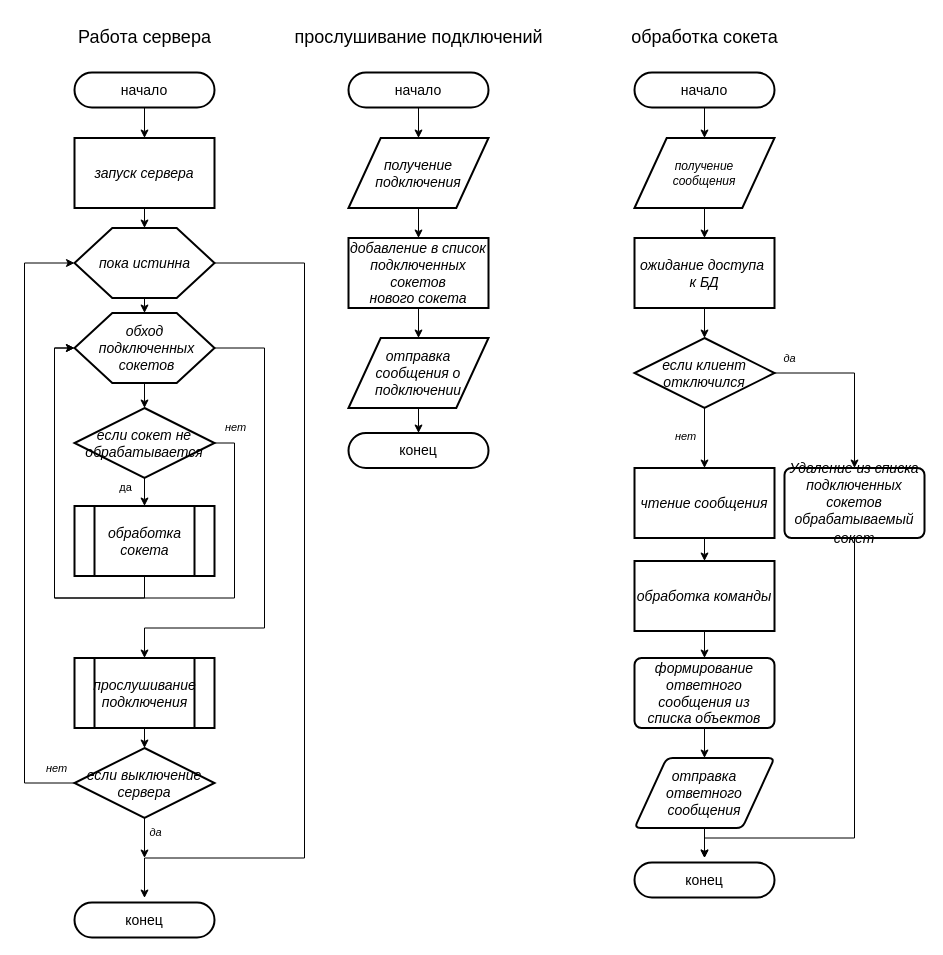
Earlier version of the draw.io diagram блок-схема.drawio (BMSTU2024/kusrwork-seti-). Source tidied: cells renumbered, new cells numbered last; positions are measured from the earlier drawing's top-left corner, leaving out a move shared by most shapes. Both pictures are drawn from the tidied source at 100%, with x=0, y=0 at pixel (24, 17).
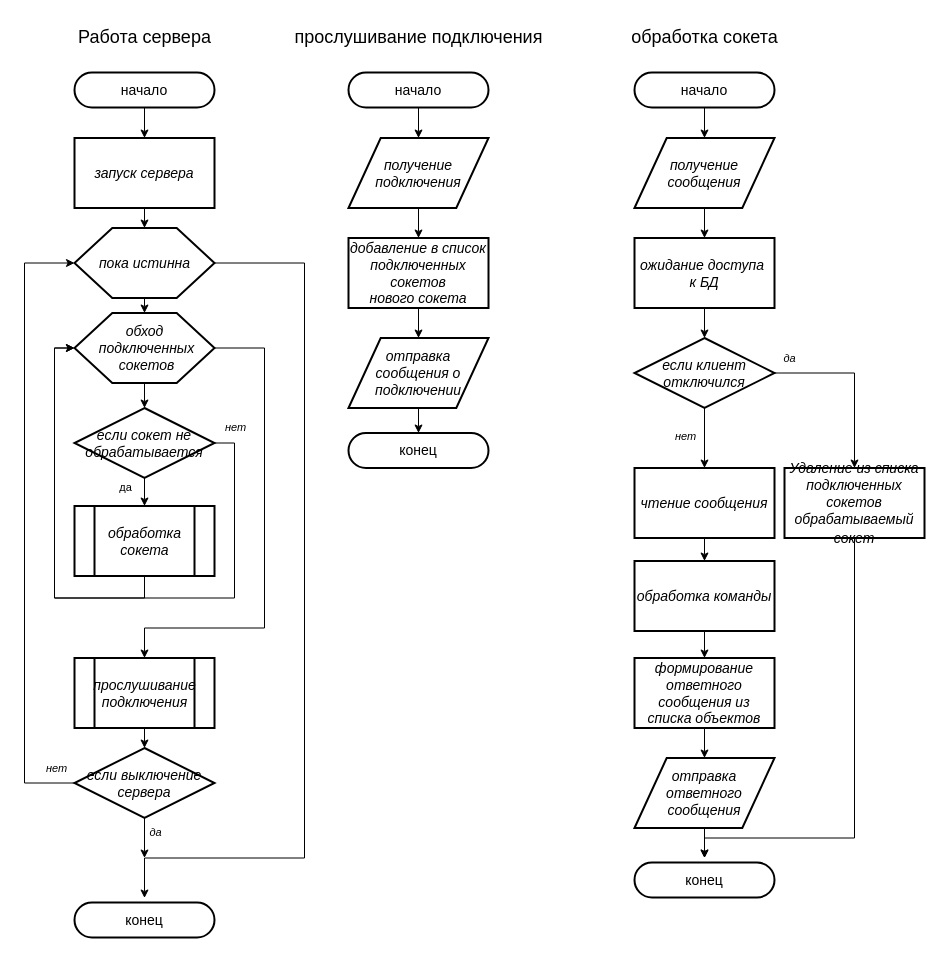
The same page after the edit.

What changed in the source:
```diff
@@
-    <mxCell id="23" value="&lt;font face=&quot;ГОСТ тип А&quot; style=&quot;font-size: 18px;&quot;&gt;прослушивание подключений&lt;/font&gt;" style="text;html=1;align=center;verticalAlign=middle;strokeColor=none;fillColor=none;" parent="1" vertex="1">
+    <mxCell id="23" value="&lt;font face=&quot;ГОСТ тип А&quot; style=&quot;font-size: 18px;&quot;&gt;прослушивание подключения&lt;/font&gt;" style="text;html=1;align=center;verticalAlign=middle;strokeColor=none;fillColor=none;" parent="1" vertex="1">
       <mxGeometry x="274" width="240" height="40" as="geometry" />
     </mxCell>
@@
-    <mxCell id="32" value="&lt;div&gt;&lt;i&gt;получение&lt;/i&gt;&lt;/div&gt;&lt;div&gt;&lt;i&gt;сообщения&lt;br&gt;&lt;/i&gt;&lt;/div&gt;" style="shape=parallelogram;html=1;strokeWidth=2;perimeter=parallelogramPerimeter;whiteSpace=wrap;rounded=0;arcSize=12;size=0.23;" parent="1" vertex="1">
+    <mxCell id="32" value="&lt;div&gt;&lt;font style=&quot;font-size: 14px;&quot; face=&quot;ГОСТ тип А&quot;&gt;&lt;i&gt;получение&lt;/i&gt;&lt;/font&gt;&lt;/div&gt;&lt;div&gt;&lt;font style=&quot;font-size: 14px;&quot; face=&quot;ГОСТ тип А&quot;&gt;&lt;i&gt;сообщения&lt;br&gt;&lt;/i&gt;&lt;/font&gt;&lt;/div&gt;" style="shape=parallelogram;html=1;strokeWidth=2;perimeter=parallelogramPerimeter;whiteSpace=wrap;rounded=0;arcSize=12;size=0.23;" parent="1" vertex="1">
       <mxGeometry x="610" y="120.5" width="140" height="70" as="geometry" />
     </mxCell>
@@
-    <mxCell id="37" value="&lt;div&gt;&lt;font style=&quot;font-size: 14px;&quot; face=&quot;ГОСТ тип А&quot;&gt;&lt;i&gt;Удаление из списка&lt;/i&gt;&lt;/font&gt;&lt;/div&gt;&lt;div&gt;&lt;font style=&quot;font-size: 14px;&quot; face=&quot;ГОСТ тип А&quot;&gt;&lt;i&gt;подключенных сокетов&lt;/i&gt;&lt;/font&gt;&lt;/div&gt;&lt;div&gt;&lt;font style=&quot;font-size: 14px;&quot; face=&quot;ГОСТ тип А&quot;&gt;&lt;i&gt;обрабатываемый&lt;/i&gt;&lt;/font&gt;&lt;font style=&quot;font-size: 12px;&quot; face=&quot;ГОСТ тип А&quot;&gt;&lt;i&gt; &lt;/i&gt;&lt;/font&gt;&lt;font style=&quot;font-size: 14px;&quot; face=&quot;ГОСТ тип А&quot;&gt;&lt;i&gt;сокет&lt;/i&gt;&lt;/font&gt;&lt;font size=&quot;3&quot; face=&quot;ГОСТ тип А&quot;&gt;&lt;i&gt;&lt;br&gt;&lt;/i&gt;&lt;/font&gt;&lt;/div&gt;" style="rounded=1;whiteSpace=wrap;html=1;absoluteArcSize=1;arcSize=14;strokeWidth=2;" parent="1" vertex="1">
+    <mxCell id="37" value="&lt;div&gt;&lt;font style=&quot;font-size: 14px;&quot; face=&quot;ГОСТ тип А&quot;&gt;&lt;i&gt;Удаление из списка&lt;/i&gt;&lt;/font&gt;&lt;/div&gt;&lt;div&gt;&lt;font style=&quot;font-size: 14px;&quot; face=&quot;ГОСТ тип А&quot;&gt;&lt;i&gt;подключенных сокетов&lt;/i&gt;&lt;/font&gt;&lt;/div&gt;&lt;div&gt;&lt;font style=&quot;font-size: 14px;&quot; face=&quot;ГОСТ тип А&quot;&gt;&lt;i&gt;обрабатываемый&lt;/i&gt;&lt;/font&gt;&lt;font style=&quot;font-size: 12px;&quot; face=&quot;ГОСТ тип А&quot;&gt;&lt;i&gt; &lt;/i&gt;&lt;/font&gt;&lt;font style=&quot;font-size: 14px;&quot; face=&quot;ГОСТ тип А&quot;&gt;&lt;i&gt;сокет&lt;/i&gt;&lt;/font&gt;&lt;font size=&quot;3&quot; face=&quot;ГОСТ тип А&quot;&gt;&lt;i&gt;&lt;br&gt;&lt;/i&gt;&lt;/font&gt;&lt;/div&gt;" style="rounded=0;whiteSpace=wrap;html=1;absoluteArcSize=1;arcSize=14;strokeWidth=2;" parent="1" vertex="1">
       <mxGeometry x="760" y="450.5" width="140" height="70" as="geometry" />
     </mxCell>
@@
-    <mxCell id="44" value="&lt;font style=&quot;font-size: 14px;&quot; face=&quot;ГОСТ тип А&quot;&gt;&lt;i&gt;формирование ответного сообщения из списка объектов&lt;/i&gt;&lt;/font&gt;" style="rounded=1;whiteSpace=wrap;html=1;absoluteArcSize=1;arcSize=14;strokeWidth=2;" parent="1" vertex="1">
+    <mxCell id="44" value="&lt;font style=&quot;font-size: 14px;&quot; face=&quot;ГОСТ тип А&quot;&gt;&lt;i&gt;формирование ответного сообщения из списка объектов&lt;/i&gt;&lt;/font&gt;" style="rounded=0;whiteSpace=wrap;html=1;absoluteArcSize=1;arcSize=14;strokeWidth=2;" parent="1" vertex="1">
       <mxGeometry x="610" y="640.5" width="140" height="70" as="geometry" />
     </mxCell>
-    <mxCell id="45" value="&lt;div&gt;&lt;font face=&quot;ГОСТ тип А&quot; style=&quot;font-size: 14px;&quot;&gt;&lt;i&gt;отправка&lt;/i&gt;&lt;/font&gt;&lt;/div&gt;&lt;div&gt;&lt;font style=&quot;font-size: 14px;&quot; face=&quot;ГОСТ тип А&quot;&gt;&lt;i&gt;ответного&lt;/i&gt;&lt;/font&gt;&lt;/div&gt;&lt;div&gt;&lt;font style=&quot;font-size: 14px;&quot; face=&quot;ГОСТ тип А&quot;&gt;&lt;i&gt;сообщения&lt;br&gt;&lt;/i&gt;&lt;/font&gt;&lt;/div&gt;" style="shape=parallelogram;html=1;strokeWidth=2;perimeter=parallelogramPerimeter;whiteSpace=wrap;rounded=1;arcSize=12;size=0.23;" parent="1" vertex="1">
+    <mxCell id="45" value="&lt;div&gt;&lt;font face=&quot;ГОСТ тип А&quot; style=&quot;font-size: 14px;&quot;&gt;&lt;i&gt;отправка&lt;/i&gt;&lt;/font&gt;&lt;/div&gt;&lt;div&gt;&lt;font style=&quot;font-size: 14px;&quot; face=&quot;ГОСТ тип А&quot;&gt;&lt;i&gt;ответного&lt;/i&gt;&lt;/font&gt;&lt;/div&gt;&lt;div&gt;&lt;font style=&quot;font-size: 14px;&quot; face=&quot;ГОСТ тип А&quot;&gt;&lt;i&gt;сообщения&lt;br&gt;&lt;/i&gt;&lt;/font&gt;&lt;/div&gt;" style="shape=parallelogram;html=1;strokeWidth=2;perimeter=parallelogramPerimeter;whiteSpace=wrap;rounded=0;arcSize=12;size=0.23;" parent="1" vertex="1">
       <mxGeometry x="610" y="740.5" width="140" height="70" as="geometry" />
     </mxCell>
```
